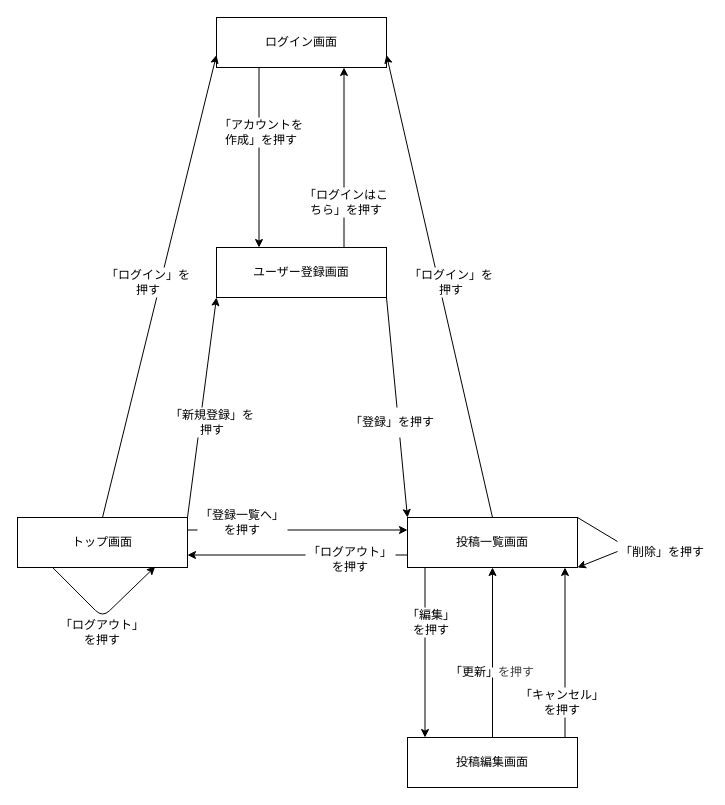
taiga-kawakubo/post-app-practice keeps this draw.io diagram as docs/13-3/post-screen-flow.drawio. Above is the earlier version. Source tidied: cells renumbered, new cells numbered last; positions are measured from the earlier drawing's top-left corner, leaving out a move shared by most shapes. Both pictures are drawn from the tidied source at 100%, with x=0, y=0 at pixel (17, 17).
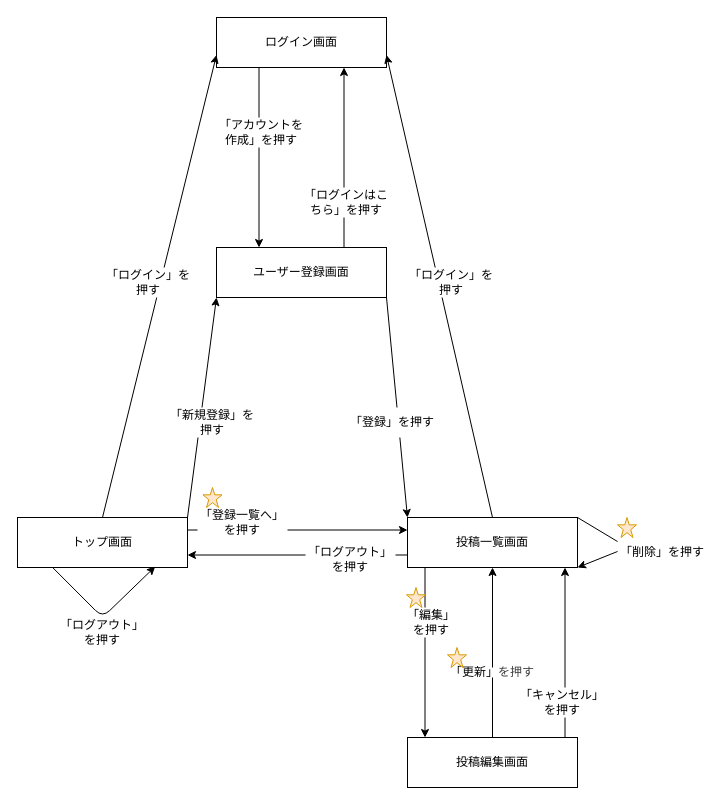
The same diagram, later.

Commit message (it also covers changes not shown here):
13-4: 投稿アプリのAPI設計書を追加

Change to the diagram source:
```diff
@@
+    <mxCell id="33" style="verticalLabelPosition=bottom;verticalAlign=top;html=1;shape=mxgraph.basic.star;fillColor=#ffe6cc;strokeColor=#d79b00;" parent="1" vertex="1">
+      <mxGeometry x="600" y="500" width="19" height="20" as="geometry" />
+    </mxCell>
+    <mxCell id="34" style="verticalLabelPosition=bottom;verticalAlign=top;html=1;shape=mxgraph.basic.star;fillColor=#ffe6cc;strokeColor=#d79b00;" parent="1" vertex="1">
+      <mxGeometry x="389" y="570" width="19" height="20" as="geometry" />
+    </mxCell>
+    <mxCell id="35" style="verticalLabelPosition=bottom;verticalAlign=top;html=1;shape=mxgraph.basic.star;fillColor=#ffe6cc;strokeColor=#d79b00;" parent="1" vertex="1">
+      <mxGeometry x="430" y="630" width="19" height="20" as="geometry" />
+    </mxCell>
+    <mxCell id="36" style="verticalLabelPosition=bottom;verticalAlign=top;html=1;shape=mxgraph.basic.star;fillColor=#ffe6cc;strokeColor=#d79b00;" parent="1" vertex="1">
+      <mxGeometry x="185.5" y="470" width="19" height="20" as="geometry" />
+    </mxCell>
```
